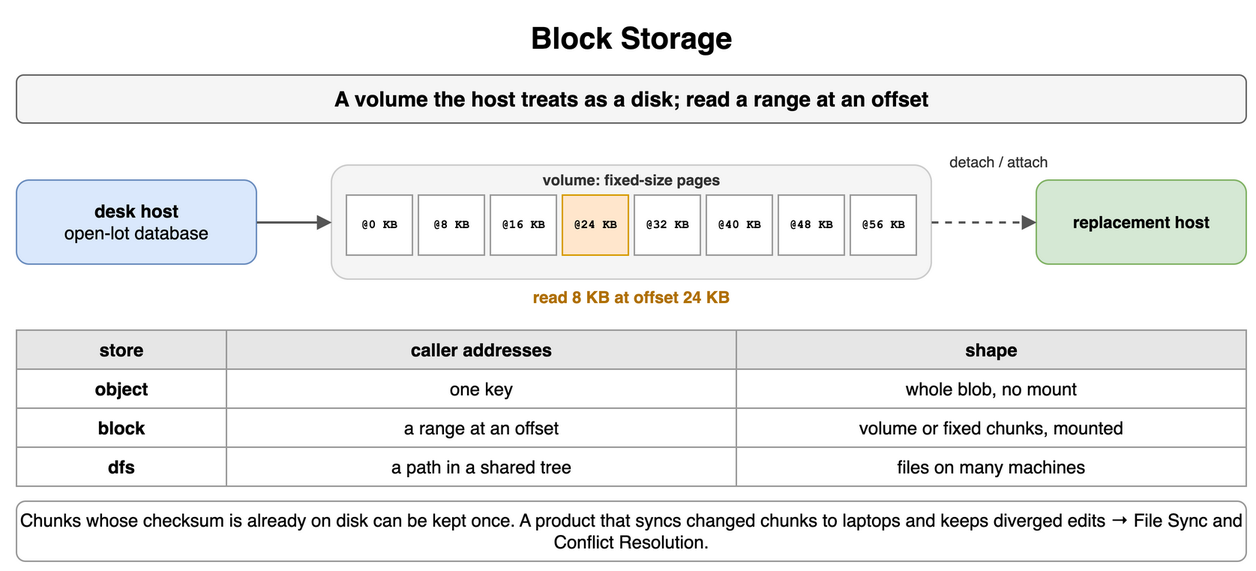
Earlier version of the draw.io export content/09_System_Design_Interview/13_Storage_and_Data_Processing_at_Scale/diagrams/storage-processing-2-block-storage.png (amendez13/swe-study-guide). Source tidied: cells renumbered, new cells last; positions are measured from the earlier drawing's top-left corner, leaving out a move shared by most shapes.
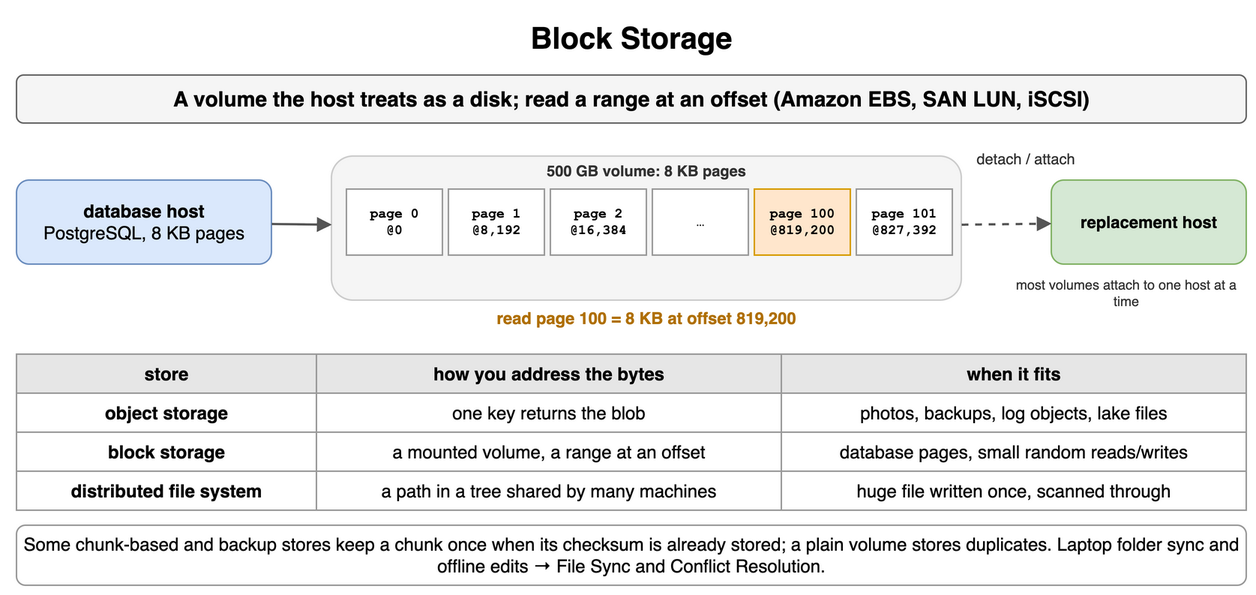
The same file after the commit.

The edit, as a diff of the source:
```diff
@@ -5,95 +5,92 @@
     <mxCell id="2" value="Block Storage" style="text;html=1;align=center;verticalAlign=middle;whiteSpace=wrap;fontSize=20;fontStyle=1;" parent="1" vertex="1">
       <mxGeometry width="820" height="30" as="geometry" />
     </mxCell>
-    <mxCell id="3" value="A volume the host treats as a disk; read a range at an offset" style="rounded=1;whiteSpace=wrap;html=1;fillColor=#f5f5f5;strokeColor=#666666;fontStyle=1;fontSize=14;" parent="1" vertex="1">
+    <mxCell id="3" value="A volume the host treats as a disk; read a range at an offset (Amazon EBS, SAN LUN, iSCSI)" style="rounded=1;whiteSpace=wrap;html=1;fillColor=#f5f5f5;strokeColor=#666666;fontStyle=1;fontSize=14;" parent="1" vertex="1">
       <mxGeometry y="40" width="820" height="32" as="geometry" />
     </mxCell>
-    <mxCell id="4" value="desk host&lt;br&gt;&lt;span style='font-weight:normal'&gt;open-lot database&lt;/span&gt;" style="rounded=1;whiteSpace=wrap;html=1;fillColor=#dae8fc;strokeColor=#6c8ebf;fontSize=12;align=center;fontStyle=1;" parent="1" vertex="1">
-      <mxGeometry y="110" width="160" height="56" as="geometry" />
+    <mxCell id="4" value="database host&lt;br&gt;&lt;span style='font-weight:normal'&gt;PostgreSQL, 8 KB pages&lt;/span&gt;" style="rounded=1;whiteSpace=wrap;html=1;fillColor=#dae8fc;strokeColor=#6c8ebf;fontSize=12;align=center;fontStyle=1;" parent="1" vertex="1">
+      <mxGeometry y="110" width="170" height="56" as="geometry" />
     </mxCell>
     <mxCell id="5" style="rounded=1;whiteSpace=wrap;html=1;fillColor=#f5f5f5;strokeColor=#cccccc;fontSize=12;align=center;fontStyle=1;fontColor=#aaaaaa;" parent="1" vertex="1">
-      <mxGeometry x="210" y="100" width="400" height="76" as="geometry" />
+      <mxGeometry x="210" y="94" width="420" height="96" as="geometry" />
     </mxCell>
-    <mxCell id="6" value="@0 KB" style="rounded=0;whiteSpace=wrap;html=1;fontFamily=Courier New;fontStyle=1;fontSize=13;fillColor=#ffffff;strokeColor=#999999;fontSize=8;" parent="1" vertex="1">
-      <mxGeometry x="220" y="120" width="44" height="40" as="geometry" />
+    <mxCell id="6" value="500 GB volume: 8 KB pages" style="text;html=1;whiteSpace=wrap;fontSize=11;align=center;verticalAlign=middle;fontSize=10;fontColor=#333333;fontStyle=1;" parent="1" vertex="1">
+      <mxGeometry x="210" y="96" width="420" height="16" as="geometry" />
     </mxCell>
-    <mxCell id="7" value="@8 KB" style="rounded=0;whiteSpace=wrap;html=1;fontFamily=Courier New;fontStyle=1;fontSize=13;fillColor=#ffffff;strokeColor=#999999;fontSize=8;" parent="1" vertex="1">
-      <mxGeometry x="268" y="120" width="44" height="40" as="geometry" />
+    <mxCell id="7" value="page 0&lt;br&gt;@0" style="rounded=0;whiteSpace=wrap;html=1;fontFamily=Courier New;fontStyle=1;fontSize=13;fillColor=#ffffff;strokeColor=#999999;fontSize=9;" parent="1" vertex="1">
+      <mxGeometry x="220" y="116" width="64" height="44" as="geometry" />
     </mxCell>
-    <mxCell id="8" value="@16 KB" style="rounded=0;whiteSpace=wrap;html=1;fontFamily=Courier New;fontStyle=1;fontSize=13;fillColor=#ffffff;strokeColor=#999999;fontSize=8;" parent="1" vertex="1">
-      <mxGeometry x="316" y="120" width="44" height="40" as="geometry" />
+    <mxCell id="8" value="page 1&lt;br&gt;@8,192" style="rounded=0;whiteSpace=wrap;html=1;fontFamily=Courier New;fontStyle=1;fontSize=13;fillColor=#ffffff;strokeColor=#999999;fontSize=9;" parent="1" vertex="1">
+      <mxGeometry x="288" y="116" width="64" height="44" as="geometry" />
     </mxCell>
-    <mxCell id="9" value="@24 KB" style="rounded=0;whiteSpace=wrap;html=1;fontFamily=Courier New;fontStyle=1;fontSize=13;fillColor=#ffe6cc;strokeColor=#d79b00;fontSize=8;" parent="1" vertex="1">
-      <mxGeometry x="364" y="120" width="44" height="40" as="geometry" />
+    <mxCell id="9" value="page 2&lt;br&gt;@16,384" style="rounded=0;whiteSpace=wrap;html=1;fontFamily=Courier New;fontStyle=1;fontSize=13;fillColor=#ffffff;strokeColor=#999999;fontSize=9;" parent="1" vertex="1">
+      <mxGeometry x="356" y="116" width="64" height="44" as="geometry" />
     </mxCell>
-    <mxCell id="10" value="@32 KB" style="rounded=0;whiteSpace=wrap;html=1;fontFamily=Courier New;fontStyle=1;fontSize=13;fillColor=#ffffff;strokeColor=#999999;fontSize=8;" parent="1" vertex="1">
-      <mxGeometry x="412" y="120" width="44" height="40" as="geometry" />
+    <mxCell id="10" value="…" style="rounded=0;whiteSpace=wrap;html=1;fontFamily=Courier New;fontStyle=1;fontSize=13;fillColor=#ffffff;strokeColor=#999999;fontSize=9;" parent="1" vertex="1">
+      <mxGeometry x="424" y="116" width="64" height="44" as="geometry" />
     </mxCell>
-    <mxCell id="11" value="@40 KB" style="rounded=0;whiteSpace=wrap;html=1;fontFamily=Courier New;fontStyle=1;fontSize=13;fillColor=#ffffff;strokeColor=#999999;fontSize=8;" parent="1" vertex="1">
-      <mxGeometry x="460" y="120" width="44" height="40" as="geometry" />
+    <mxCell id="11" value="page 100&lt;br&gt;@819,200" style="rounded=0;whiteSpace=wrap;html=1;fontFamily=Courier New;fontStyle=1;fontSize=13;fillColor=#ffe6cc;strokeColor=#d79b00;fontSize=9;" parent="1" vertex="1">
+      <mxGeometry x="492" y="116" width="64" height="44" as="geometry" />
     </mxCell>
-    <mxCell id="12" value="@48 KB" style="rounded=0;whiteSpace=wrap;html=1;fontFamily=Courier New;fontStyle=1;fontSize=13;fillColor=#ffffff;strokeColor=#999999;fontSize=8;" parent="1" vertex="1">
-      <mxGeometry x="508" y="120" width="44" height="40" as="geometry" />
+    <mxCell id="12" value="page 101&lt;br&gt;@827,392" style="rounded=0;whiteSpace=wrap;html=1;fontFamily=Courier New;fontStyle=1;fontSize=13;fillColor=#ffffff;strokeColor=#999999;fontSize=9;" parent="1" vertex="1">
+      <mxGeometry x="560" y="116" width="64" height="44" as="geometry" />
     </mxCell>
-    <mxCell id="13" value="@56 KB" style="rounded=0;whiteSpace=wrap;html=1;fontFamily=Courier New;fontStyle=1;fontSize=13;fillColor=#ffffff;strokeColor=#999999;fontSize=8;" parent="1" vertex="1">
-      <mxGeometry x="556" y="120" width="44" height="40" as="geometry" />
+    <mxCell id="13" style="endArrow=block;endSize=6;html=1;strokeWidth=1.5;strokeColor=#555555;fontSize=11;labelBackgroundColor=#ffffff;" parent="1" edge="1" source="4" target="5">
+      <mxGeometry relative="1" as="geometry" />
     </mxCell>
-    <mxCell id="14" value="volume: fixed-size pages" style="text;html=1;whiteSpace=wrap;fontSize=11;align=center;verticalAlign=middle;fontSize=10;fontColor=#333333;fontStyle=1;" parent="1" vertex="1">
-      <mxGeometry x="210" y="102" width="400" height="16" as="geometry" />
+    <mxCell id="14" value="read page 100 = 8 KB at offset 819,200" style="text;html=1;whiteSpace=wrap;fontSize=11;align=center;verticalAlign=middle;fontSize=11;fontColor=#b07000;fontStyle=1;" parent="1" vertex="1">
+      <mxGeometry x="210" y="194" width="420" height="16" as="geometry" />
     </mxCell>
-    <mxCell id="15" style="endArrow=block;endSize=6;html=1;strokeWidth=1.5;strokeColor=#555555;fontSize=11;labelBackgroundColor=#ffffff;" parent="1" edge="1" source="4" target="5">
-      <mxGeometry relative="1" as="geometry" />
+    <mxCell id="15" value="replacement host" style="rounded=1;whiteSpace=wrap;html=1;fillColor=#d5e8d4;strokeColor=#82b366;fontSize=11;align=center;fontStyle=1;" parent="1" vertex="1">
+      <mxGeometry x="690" y="110" width="130" height="56" as="geometry" />
     </mxCell>
-    <mxCell id="16" value="read 8 KB at offset 24 KB" style="text;html=1;whiteSpace=wrap;fontSize=11;align=center;verticalAlign=middle;fontSize=11;fontColor=#b07000;fontStyle=1;" parent="1" vertex="1">
-      <mxGeometry x="210" y="180" width="400" height="16" as="geometry" />
+    <mxCell id="16" style="endArrow=block;endSize=6;html=1;strokeWidth=1.5;strokeColor=#555555;fontSize=11;labelBackgroundColor=#ffffff;dashed=1;" parent="1" edge="1" source="5" target="15">
+      <mxGeometry relative="1" as="geometry" />
     </mxCell>
-    <mxCell id="17" value="replacement host" style="rounded=1;whiteSpace=wrap;html=1;fillColor=#d5e8d4;strokeColor=#82b366;fontSize=11;align=center;fontStyle=1;" parent="1" vertex="1">
-      <mxGeometry x="680" y="110" width="140" height="56" as="geometry" />
+    <mxCell id="17" value="detach / attach" style="text;html=1;whiteSpace=wrap;fontSize=11;align=center;verticalAlign=middle;fontSize=10;fontColor=#333333;" parent="1" vertex="1">
+      <mxGeometry x="628" y="88" width="90" height="16" as="geometry" />
     </mxCell>
-    <mxCell id="18" style="endArrow=block;endSize=6;html=1;strokeWidth=1.5;strokeColor=#555555;fontSize=11;labelBackgroundColor=#ffffff;dashed=1;" parent="1" edge="1" source="5" target="17">
-      <mxGeometry relative="1" as="geometry" />
+    <mxCell id="18" value="most volumes attach to one host at a time" style="text;html=1;whiteSpace=wrap;fontSize=11;align=center;verticalAlign=middle;fontSize=9;fontColor=#333333;" parent="1" vertex="1">
+      <mxGeometry x="660" y="170" width="160" height="30" as="geometry" />
     </mxCell>
-    <mxCell id="19" value="detach / attach" style="text;html=1;whiteSpace=wrap;fontSize=11;align=center;verticalAlign=middle;fontSize=10;fontColor=#333333;" parent="1" vertex="1">
-      <mxGeometry x="610" y="90" width="90" height="16" as="geometry" />
+    <mxCell id="19" value="store" style="whiteSpace=wrap;html=1;fillColor=#e6e6e6;strokeColor=#999999;fontStyle=1;fontSize=12;" parent="1" vertex="1">
+      <mxGeometry y="226" width="200" height="26" as="geometry" />
     </mxCell>
-    <mxCell id="20" value="store" style="whiteSpace=wrap;html=1;fillColor=#e6e6e6;strokeColor=#999999;fontStyle=1;fontSize=12;" parent="1" vertex="1">
-      <mxGeometry y="210" width="140" height="26" as="geometry" />
+    <mxCell id="20" value="how you address the bytes" style="whiteSpace=wrap;html=1;fillColor=#e6e6e6;strokeColor=#999999;fontStyle=1;fontSize=12;" parent="1" vertex="1">
+      <mxGeometry x="200" y="226" width="310" height="26" as="geometry" />
     </mxCell>
-    <mxCell id="21" value="caller addresses" style="whiteSpace=wrap;html=1;fillColor=#e6e6e6;strokeColor=#999999;fontStyle=1;fontSize=12;" parent="1" vertex="1">
-      <mxGeometry x="140" y="210" width="340" height="26" as="geometry" />
+    <mxCell id="21" value="when it fits" style="whiteSpace=wrap;html=1;fillColor=#e6e6e6;strokeColor=#999999;fontStyle=1;fontSize=12;" parent="1" vertex="1">
+      <mxGeometry x="510" y="226" width="310" height="26" as="geometry" />
     </mxCell>
-    <mxCell id="22" value="shape" style="whiteSpace=wrap;html=1;fillColor=#e6e6e6;strokeColor=#999999;fontStyle=1;fontSize=12;" parent="1" vertex="1">
-      <mxGeometry x="480" y="210" width="340" height="26" as="geometry" />
+    <mxCell id="22" value="object storage" style="whiteSpace=wrap;html=1;strokeColor=#999999;fontSize=12;fillColor=#ffffff;fontStyle=1;" parent="1" vertex="1">
+      <mxGeometry y="252" width="200" height="26" as="geometry" />
     </mxCell>
-    <mxCell id="23" value="object" style="whiteSpace=wrap;html=1;strokeColor=#999999;fontSize=12;fillColor=#ffffff;fontStyle=1;" parent="1" vertex="1">
-      <mxGeometry y="236" width="140" height="26" as="geometry" />
+    <mxCell id="23" value="one key returns the blob" style="whiteSpace=wrap;html=1;strokeColor=#999999;fontSize=12;fillColor=#ffffff;" parent="1" vertex="1">
+      <mxGeometry x="200" y="252" width="310" height="26" as="geometry" />
     </mxCell>
-    <mxCell id="24" value="one key" style="whiteSpace=wrap;html=1;strokeColor=#999999;fontSize=12;fillColor=#ffffff;" parent="1" vertex="1">
-      <mxGeometry x="140" y="236" width="340" height="26" as="geometry" />
+    <mxCell id="24" value="photos, backups, log objects, lake files" style="whiteSpace=wrap;html=1;strokeColor=#999999;fontSize=12;fillColor=#ffffff;" parent="1" vertex="1">
+      <mxGeometry x="510" y="252" width="310" height="26" as="geometry" />
     </mxCell>
-    <mxCell id="25" value="whole blob, no mount" style="whiteSpace=wrap;html=1;strokeColor=#999999;fontSize=12;fillColor=#ffffff;" parent="1" vertex="1">
-      <mxGeometry x="480" y="236" width="340" height="26" as="geometry" />
+    <mxCell id="25" value="block storage" style="whiteSpace=wrap;html=1;strokeColor=#999999;fontSize=12;fillColor=#ffffff;fontStyle=1;" parent="1" vertex="1">
+      <mxGeometry y="278" width="200" height="26" as="geometry" />
     </mxCell>
-    <mxCell id="26" value="block" style="whiteSpace=wrap;html=1;strokeColor=#999999;fontSize=12;fillColor=#ffffff;fontStyle=1;" parent="1" vertex="1">
-      <mxGeometry y="262" width="140" height="26" as="geometry" />
+    <mxCell id="26" value="a mounted volume, a range at an offset" style="whiteSpace=wrap;html=1;strokeColor=#999999;fontSize=12;fillColor=#ffffff;" parent="1" vertex="1">
+      <mxGeometry x="200" y="278" width="310" height="26" as="geometry" />
     </mxCell>
-    <mxCell id="27" value="a range at an offset" style="whiteSpace=wrap;html=1;strokeColor=#999999;fontSize=12;fillColor=#ffffff;" parent="1" vertex="1">
-      <mxGeometry x="140" y="262" width="340" height="26" as="geometry" />
+    <mxCell id="27" value="database pages, small random reads/writes" style="whiteSpace=wrap;html=1;strokeColor=#999999;fontSize=12;fillColor=#ffffff;" parent="1" vertex="1">
+      <mxGeometry x="510" y="278" width="310" height="26" as="geometry" />
     </mxCell>
-    <mxCell id="28" value="volume or fixed chunks, mounted" style="whiteSpace=wrap;html=1;strokeColor=#999999;fontSize=12;fillColor=#ffffff;" parent="1" vertex="1">
-      <mxGeometry x="480" y="262" width="340" height="26" as="geometry" />
+    <mxCell id="28" value="distributed file system" style="whiteSpace=wrap;html=1;strokeColor=#999999;fontSize=12;fillColor=#ffffff;fontStyle=1;" parent="1" vertex="1">
+      <mxGeometry y="304" width="200" height="26" as="geometry" />
     </mxCell>
-    <mxCell id="29" value="dfs" style="whiteSpace=wrap;html=1;strokeColor=#999999;fontSize=12;fillColor=#ffffff;fontStyle=1;" parent="1" vertex="1">
-      <mxGeometry y="288" width="140" height="26" as="geometry" />
+    <mxCell id="29" value="a path in a tree shared by many machines" style="whiteSpace=wrap;html=1;strokeColor=#999999;fontSize=12;fillColor=#ffffff;" parent="1" vertex="1">
+      <mxGeometry x="200" y="304" width="310" height="26" as="geometry" />
     </mxCell>
-    <mxCell id="30" value="a path in a shared tree" style="whiteSpace=wrap;html=1;strokeColor=#999999;fontSize=12;fillColor=#ffffff;" parent="1" vertex="1">
-      <mxGeometry x="140" y="288" width="340" height="26" as="geometry" />
+    <mxCell id="30" value="huge file written once, scanned through" style="whiteSpace=wrap;html=1;strokeColor=#999999;fontSize=12;fillColor=#ffffff;" parent="1" vertex="1">
+      <mxGeometry x="510" y="304" width="310" height="26" as="geometry" />
     </mxCell>
-    <mxCell id="31" value="files on many machines" style="whiteSpace=wrap;html=1;strokeColor=#999999;fontSize=12;fillColor=#ffffff;" parent="1" vertex="1">
-      <mxGeometry x="480" y="288" width="340" height="26" as="geometry" />
+    <mxCell id="31" value="Some chunk-based and backup stores keep a chunk once when its checksum is already stored; a plain volume stores duplicates. Laptop folder sync and offline edits → File Sync and Conflict Resolution." style="rounded=1;whiteSpace=wrap;html=1;fillColor=#ffffff;strokeColor=#999999;fontSize=12;align=center;" parent="1" vertex="1">
+      <mxGeometry y="340" width="820" height="40" as="geometry" />
     </mxCell>
-    <mxCell id="32" value="Chunks whose checksum is already on disk can be kept once. A product that syncs changed chunks to laptops and keeps diverged edits → File Sync and Conflict Resolution." style="rounded=1;whiteSpace=wrap;html=1;fillColor=#ffffff;strokeColor=#999999;fontSize=12;align=center;" parent="1" vertex="1">
-      <mxGeometry y="324" width="820" height="40" as="geometry" />
-    </mxCell>
   </root>
 </mxGraphModel>
```
